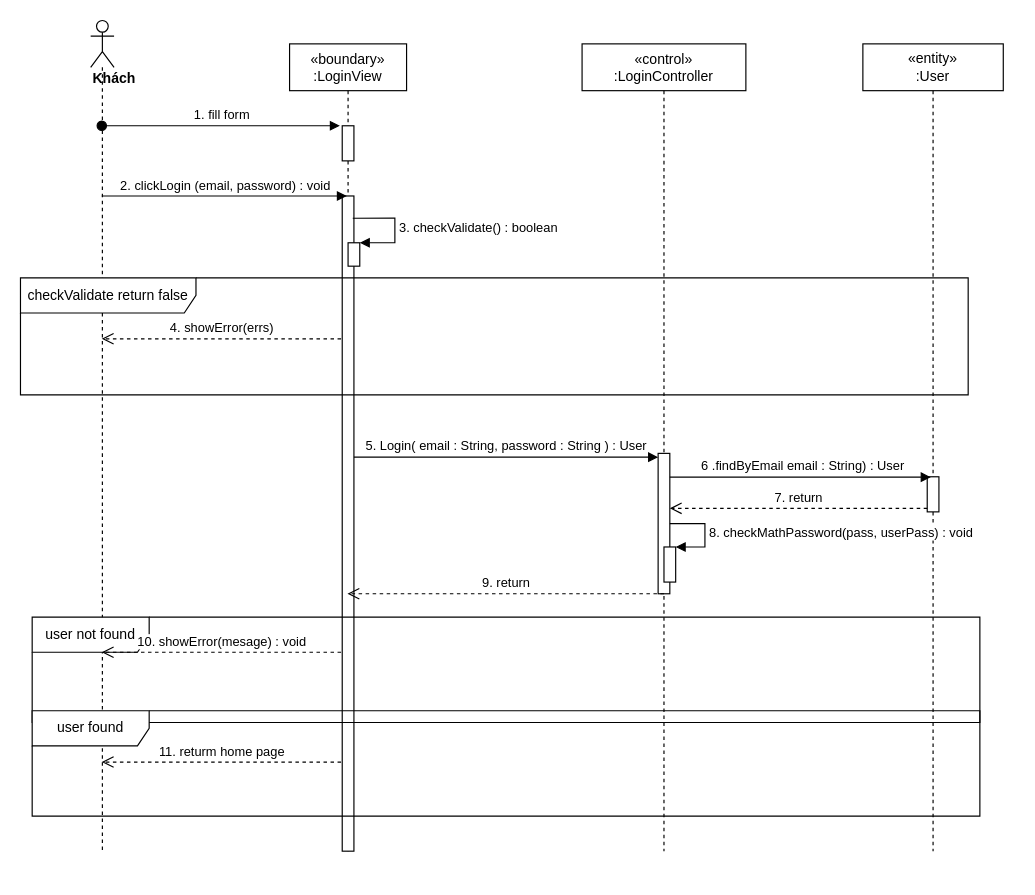
The draw.io diagram sequence diagram/login-sequence-diagram.drawio in nguyenphamvan/datn_20202, before the edit. Source tidied: cells renumbered, new cells numbered last; positions are measured from the earlier drawing's top-left corner, leaving out a move shared by most shapes. Both pictures are drawn from the tidied source at 117%, with x=0, y=0 at pixel (20, 20).
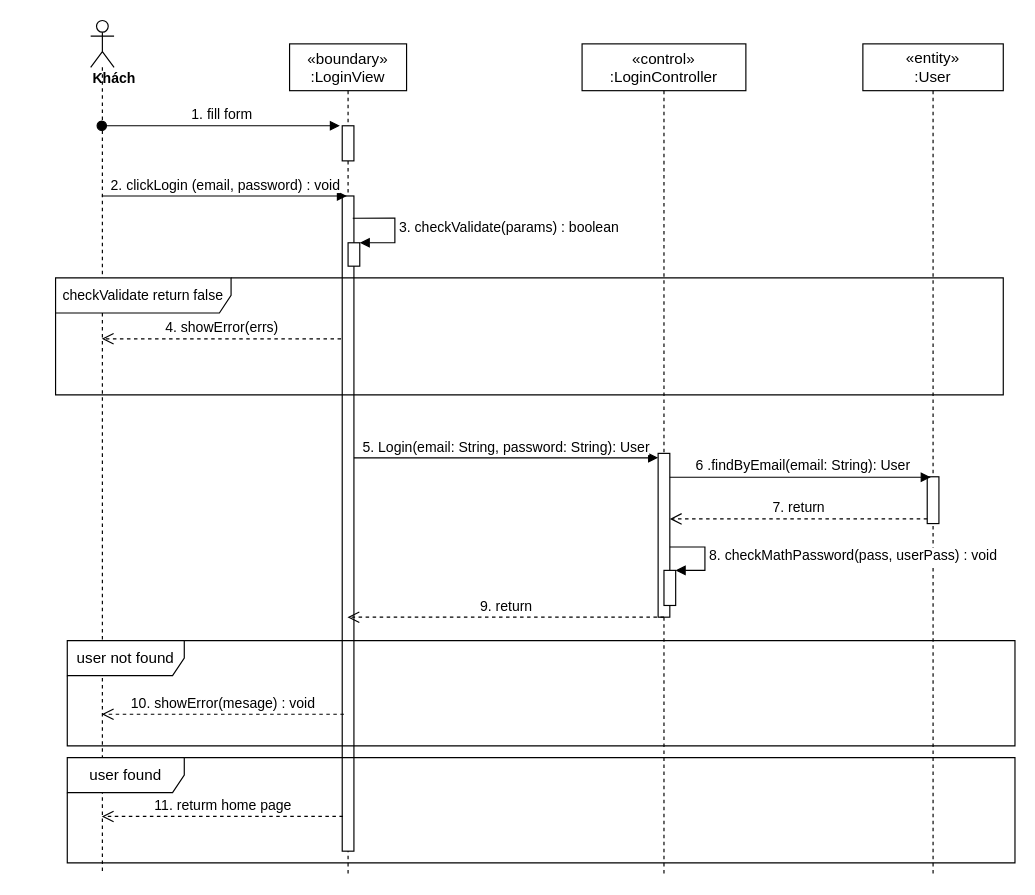
After the change.

Unchanged cells that the change refers to:
```xml
<mxCell id="3" style="points=[];perimeter=orthogonalPerimeter;rounded=0;shadow=0;strokeWidth=1;" parent="2" vertex="1">
  <mxGeometry x="45" y="70" width="10" height="30" as="geometry" />
</mxCell>
<mxCell id="4" style="html=1;points=[];perimeter=orthogonalPerimeter;" parent="2" vertex="1">
  <mxGeometry x="45" y="130" width="10" height="560" as="geometry" />
</mxCell>
<mxCell id="22" style="html=1;points=[];perimeter=orthogonalPerimeter;" parent="1" vertex="1">
  <mxGeometry x="280" y="190" width="10" height="20" as="geometry" />
</mxCell>
```

Change to the diagram source:
```diff
@@
-    <mxCell id="2" value="«boundary»&#10;:LoginView" style="shape=umlLifeline;perimeter=lifelinePerimeter;rounded=0;shadow=0;strokeWidth=1;" parent="1" vertex="1">
-      <mxGeometry x="230" y="20" width="100" height="690" as="geometry" />
+    <mxCell id="2" value="«boundary»&#10;:LoginView" style="shape=umlLifeline;perimeter=lifelinePerimeter;rounded=0;shadow=0;strokeWidth=1;fontSize=13;" parent="1" vertex="1">
+      <mxGeometry x="230" y="20" width="100" height="710" as="geometry" />
     </mxCell>
@@
-    <mxCell id="5" value="«control»&#10;:LoginController" style="shape=umlLifeline;perimeter=lifelinePerimeter;rounded=0;shadow=0;strokeWidth=1;" parent="1" vertex="1">
-      <mxGeometry x="480" y="20" width="140" height="690" as="geometry" />
+    <mxCell id="5" value="«control»&#10;:LoginController" style="shape=umlLifeline;perimeter=lifelinePerimeter;rounded=0;shadow=0;strokeWidth=1;fontSize=13;" parent="1" vertex="1">
+      <mxGeometry x="480" y="20" width="140" height="710" as="geometry" />
     </mxCell>
     <mxCell id="6" style="points=[];perimeter=orthogonalPerimeter;rounded=0;shadow=0;strokeWidth=1;" parent="5" vertex="1">
-      <mxGeometry x="65" y="350" width="10" height="120" as="geometry" />
+      <mxGeometry x="65" y="350" width="10" height="140" as="geometry" />
     </mxCell>
+    <mxCell id="24" style="html=1;points=[];perimeter=orthogonalPerimeter;" parent="5" vertex="1">
+      <mxGeometry x="70" y="450" width="10" height="30" as="geometry" />
+    </mxCell>
     <mxCell id="7" value="&lt;div&gt;&lt;b&gt;Khách&lt;/b&gt;&lt;/div&gt;" style="shape=umlLifeline;participant=umlActor;perimeter=lifelinePerimeter;whiteSpace=wrap;html=1;verticalAlign=top;spacingTop=36;outlineConnect=0;align=left;" parent="1" vertex="1">
-      <mxGeometry x="60" width="20" height="710" as="geometry" />
+      <mxGeometry x="60" width="20" height="730" as="geometry" />
     </mxCell>
-    <mxCell id="8" value="1. fill form" style="html=1;verticalAlign=bottom;startArrow=oval;startFill=1;endArrow=block;startSize=8;entryX=-0.2;entryY=0;entryDx=0;entryDy=0;entryPerimeter=0;" parent="1" edge="1" source="7" target="3">
+    <mxCell id="8" value="&lt;font style=&quot;font-size: 12px&quot;&gt;1. fill form&lt;/font&gt;" style="html=1;verticalAlign=bottom;startArrow=oval;startFill=1;endArrow=block;startSize=8;entryX=-0.2;entryY=0;entryDx=0;entryDy=0;entryPerimeter=0;" parent="1" edge="1" source="7" target="3">
       <mxGeometry relative="1" as="geometry" />
     </mxCell>
-    <mxCell id="9" value="2. clickLogin (email, password) : void" style="html=1;verticalAlign=bottom;endArrow=block;" parent="1" edge="1" source="7">
+    <mxCell id="9" value="&lt;font style=&quot;font-size: 12px&quot;&gt;2. clickLogin (email, password) : void&lt;/font&gt;" style="html=1;verticalAlign=bottom;endArrow=block;" parent="1" edge="1" source="7">
       <mxGeometry relative="1" as="geometry">
         <mxPoint x="279" y="150" as="targetPoint" />
       </mxGeometry>
     </mxCell>
-    <mxCell id="10" value="5. Login( email : String, password : String ) : User" style="html=1;verticalAlign=bottom;endArrow=block;entryX=0;entryY=0.027;entryDx=0;entryDy=0;entryPerimeter=0;" parent="1" edge="1" source="4" target="6">
+    <mxCell id="10" value="&lt;font style=&quot;font-size: 12px&quot;&gt;5. Login(email: String, password: String): User&lt;/font&gt;" style="html=1;verticalAlign=bottom;endArrow=block;entryX=0;entryY=0.027;entryDx=0;entryDy=0;entryPerimeter=0;" parent="1" edge="1" source="4" target="6">
       <mxGeometry relative="1" as="geometry" />
     </mxCell>
-    <mxCell id="11" value="&lt;span&gt;«entity»&lt;br&gt;&lt;/span&gt;:User" style="shape=umlLifeline;perimeter=lifelinePerimeter;whiteSpace=wrap;html=1;" parent="1" vertex="1">
-      <mxGeometry x="720" y="20" width="120" height="690" as="geometry" />
+    <mxCell id="11" value="&lt;font style=&quot;font-size: 13px&quot;&gt;&lt;span&gt;«entity»&lt;br&gt;&lt;/span&gt;:User&lt;/font&gt;" style="shape=umlLifeline;perimeter=lifelinePerimeter;whiteSpace=wrap;html=1;" parent="1" vertex="1">
+      <mxGeometry x="720" y="20" width="120" height="710" as="geometry" />
     </mxCell>
     <mxCell id="12" style="points=[];perimeter=orthogonalPerimeter;rounded=0;shadow=0;strokeWidth=1;" parent="11" vertex="1">
-      <mxGeometry x="55" y="370" width="10" height="30" as="geometry" />
+      <mxGeometry x="55" y="370" width="10" height="40" as="geometry" />
     </mxCell>
-    <mxCell id="13" value="&lt;span style=&quot;font-family: &amp;#34;helvetica&amp;#34;&quot;&gt;&amp;nbsp;6 .findByEmail email : String) : User&lt;/span&gt;" style="html=1;verticalAlign=bottom;endArrow=block;entryX=0.3;entryY=0.01;entryDx=0;entryDy=0;entryPerimeter=0;" parent="1" edge="1" source="6" target="12">
+    <mxCell id="13" value="&lt;span style=&quot;font-family: &amp;#34;helvetica&amp;#34;&quot;&gt;&lt;font style=&quot;font-size: 12px&quot;&gt;&amp;nbsp;6 .findByEmail(email: String): User&lt;/font&gt;&lt;/span&gt;" style="html=1;verticalAlign=bottom;endArrow=block;entryX=0.3;entryY=0.01;entryDx=0;entryDy=0;entryPerimeter=0;" parent="1" edge="1" source="6" target="12">
       <mxGeometry relative="1" as="geometry" />
     </mxCell>
-    <mxCell id="14" value="7. return" style="html=1;verticalAlign=bottom;endArrow=open;dashed=1;endSize=8;exitX=0;exitY=0.9;exitDx=0;exitDy=0;exitPerimeter=0;" parent="1" edge="1" source="12" target="6">
+    <mxCell id="14" value="&lt;font style=&quot;font-size: 12px&quot;&gt;7. return&lt;/font&gt;" style="html=1;verticalAlign=bottom;endArrow=open;dashed=1;endSize=8;exitX=0;exitY=0.9;exitDx=0;exitDy=0;exitPerimeter=0;" parent="1" edge="1" source="12" target="6">
       <mxGeometry relative="1" as="geometry" />
     </mxCell>
     <mxCell id="15" value="checkValidate return false" style="shape=umlFrame;whiteSpace=wrap;html=1;width=150;height=30;" parent="1" vertex="1">
-      <mxGeometry y="220" width="810" height="100" as="geometry" />
+      <mxGeometry x="30" y="220" width="810" height="100" as="geometry" />
     </mxCell>
-    <mxCell id="16" value="4. showError(errs)" style="html=1;verticalAlign=bottom;endArrow=open;dashed=1;endSize=8;exitX=-0.1;exitY=0.218;exitDx=0;exitDy=0;exitPerimeter=0;" parent="1" edge="1" source="4" target="7">
+    <mxCell id="16" value="&lt;font style=&quot;font-size: 12px&quot;&gt;4. showError(errs)&lt;/font&gt;" style="html=1;verticalAlign=bottom;endArrow=open;dashed=1;endSize=8;exitX=-0.1;exitY=0.218;exitDx=0;exitDy=0;exitPerimeter=0;" parent="1" edge="1" source="4" target="7">
       <mxGeometry relative="1" as="geometry" />
     </mxCell>
-    <mxCell id="17" value="9. return" style="html=1;verticalAlign=bottom;endArrow=open;dashed=1;endSize=8;exitX=0.5;exitY=1;exitDx=0;exitDy=0;exitPerimeter=0;" parent="1" edge="1" source="6" target="2">
+    <mxCell id="17" value="&lt;font style=&quot;font-size: 12px&quot;&gt;9. return&lt;/font&gt;" style="html=1;verticalAlign=bottom;endArrow=open;dashed=1;endSize=8;exitX=0.5;exitY=1;exitDx=0;exitDy=0;exitPerimeter=0;" parent="1" edge="1" source="6" target="2">
       <mxGeometry relative="1" as="geometry" />
     </mxCell>
-    <mxCell id="18" value="user not found" style="shape=umlFrame;whiteSpace=wrap;html=1;width=100;height=30;" parent="1" vertex="1">
-      <mxGeometry x="10" y="510" width="810" height="90" as="geometry" />
+    <mxCell id="18" value="&lt;font style=&quot;font-size: 13px&quot;&gt;user not found&lt;/font&gt;" style="shape=umlFrame;whiteSpace=wrap;html=1;width=100;height=30;" parent="1" vertex="1">
+      <mxGeometry x="40" y="530" width="810" height="90" as="geometry" />
     </mxCell>
-    <mxCell id="19" value="10. showError(mesage) : void" style="html=1;verticalAlign=bottom;endArrow=open;dashed=1;endSize=8;" parent="1" edge="1" target="7">
-      <mxGeometry relative="1" as="geometry">
-        <mxPoint x="274" y="540" as="sourcePoint" />
-      </mxGeometry>
+    <mxCell id="19" value="&lt;font style=&quot;font-size: 12px&quot;&gt;10. showError(mesage) : void&lt;/font&gt;" style="html=1;verticalAlign=bottom;endArrow=open;dashed=1;endSize=8;exitX=0.14;exitY=0.791;exitDx=0;exitDy=0;exitPerimeter=0;" parent="1" edge="1" source="4" target="7">
+      <mxGeometry relative="1" as="geometry" />
     </mxCell>
-    <mxCell id="20" value="user found" style="shape=umlFrame;whiteSpace=wrap;html=1;width=100;height=30;" parent="1" vertex="1">
-      <mxGeometry x="10" y="590" width="810" height="90" as="geometry" />
+    <mxCell id="20" value="&lt;font style=&quot;font-size: 13px&quot;&gt;user found&lt;/font&gt;" style="shape=umlFrame;whiteSpace=wrap;html=1;width=100;height=30;" parent="1" vertex="1">
+      <mxGeometry x="40" y="630" width="810" height="90" as="geometry" />
     </mxCell>
-    <mxCell id="21" value="11. returm home page" style="html=1;verticalAlign=bottom;endArrow=open;dashed=1;endSize=8;exitX=-0.1;exitY=0.864;exitDx=0;exitDy=0;exitPerimeter=0;" parent="1" edge="1" source="4" target="7">
+    <mxCell id="21" value="&lt;font style=&quot;font-size: 12px&quot;&gt;11. returm home page&lt;/font&gt;" style="html=1;verticalAlign=bottom;endArrow=open;dashed=1;endSize=8;exitX=0.06;exitY=0.947;exitDx=0;exitDy=0;exitPerimeter=0;" parent="1" edge="1" source="4" target="7">
       <mxGeometry relative="1" as="geometry" />
     </mxCell>
@@
-    <mxCell id="23" value="3. checkValidate() : boolean" style="edgeStyle=orthogonalEdgeStyle;html=1;align=left;spacingLeft=2;endArrow=block;rounded=0;entryX=1;entryY=0;exitX=0.9;exitY=0.034;exitDx=0;exitDy=0;exitPerimeter=0;" parent="1" edge="1" source="4" target="22">
+    <mxCell id="23" value="&lt;font style=&quot;font-size: 12px&quot;&gt;3. checkValidate(params) : boolean&lt;/font&gt;" style="edgeStyle=orthogonalEdgeStyle;html=1;align=left;spacingLeft=2;endArrow=block;rounded=0;entryX=1;entryY=0;exitX=0.9;exitY=0.034;exitDx=0;exitDy=0;exitPerimeter=0;" parent="1" edge="1" source="4" target="22">
       <mxGeometry relative="1" as="geometry">
         <Array as="points">
           <mxPoint x="320" y="169" />
           <mxPoint x="320" y="190" />
         </Array>
       </mxGeometry>
     </mxCell>
-    <mxCell id="24" style="html=1;points=[];perimeter=orthogonalPerimeter;" parent="1" vertex="1">
-      <mxGeometry x="550" y="450" width="10" height="30" as="geometry" />
-    </mxCell>
-    <mxCell id="25" value="8. checkMathPassword(pass, userPass) : void" style="edgeStyle=orthogonalEdgeStyle;html=1;align=left;spacingLeft=2;endArrow=block;rounded=0;entryX=1;entryY=0;" parent="1" edge="1" target="24">
+    <mxCell id="25" value="&lt;font style=&quot;font-size: 12px&quot;&gt;8. checkMathPassword(pass, userPass) : void&lt;/font&gt;" style="edgeStyle=orthogonalEdgeStyle;html=1;align=left;spacingLeft=2;endArrow=block;rounded=0;entryX=1;entryY=0;" parent="1" edge="1" target="24">
       <mxGeometry relative="1" as="geometry">
-        <mxPoint x="555" y="430" as="sourcePoint" />
+        <mxPoint x="555" y="450" as="sourcePoint" />
         <Array as="points">
-          <mxPoint x="585" y="430" />
+          <mxPoint x="555" y="450" />
+          <mxPoint x="585" y="450" />
+          <mxPoint x="585" y="470" />
         </Array>
       </mxGeometry>
     </mxCell>
```
